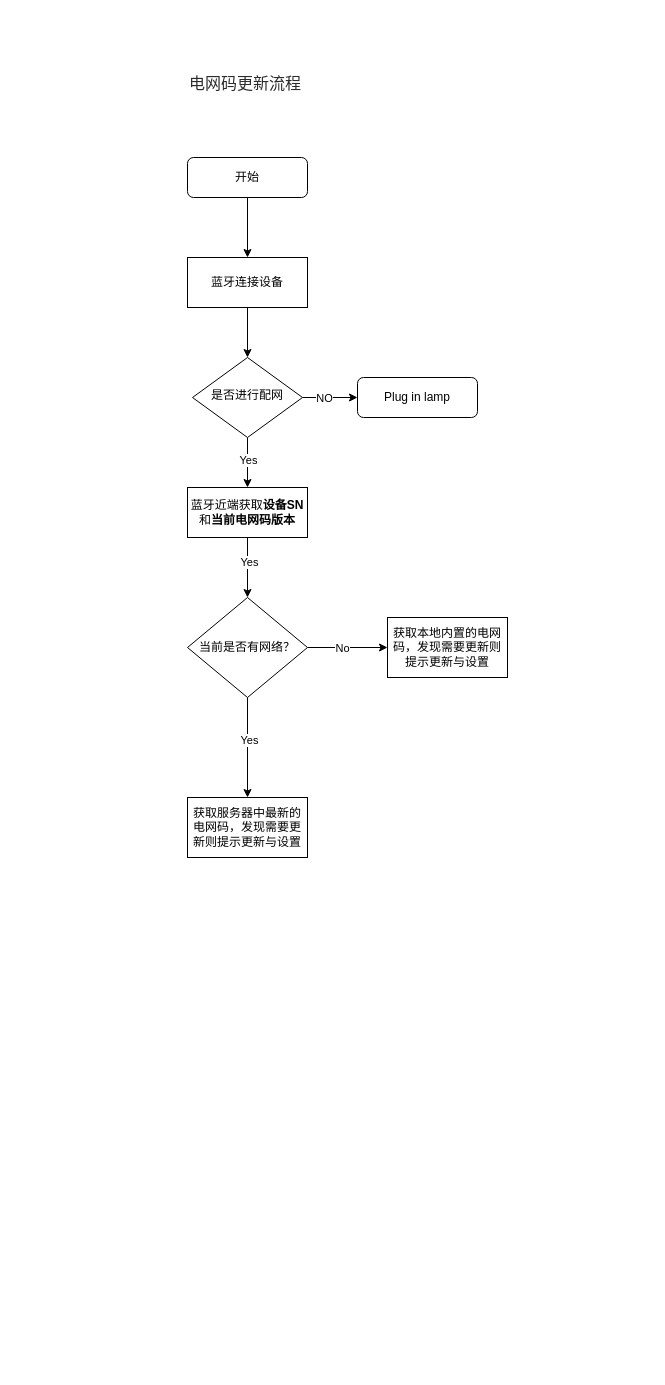
arduinoo/flowchart keeps this draw.io diagram as 未命名绘图.drawio. Above is the earlier version. Source tidied: cells renumbered, new cells numbered last; positions are measured from the earlier drawing's top-left corner, leaving out a move shared by most shapes. Both pictures are drawn from the tidied source at 100%, with x=0, y=0 at pixel (187, 67).
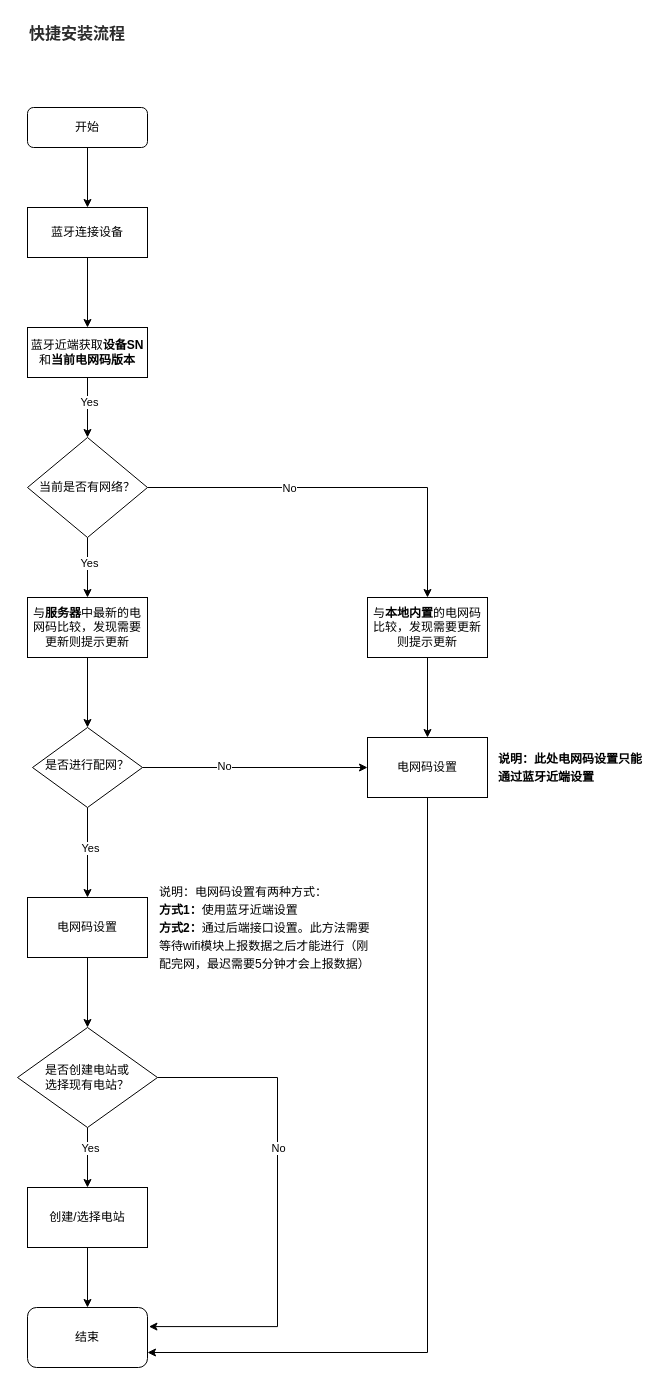
After the change.

Commit message (it also covers changes not shown here):
更新未命名绘图.drawio

The change refers to these unchanged cells:
```xml
<mxCell id="18" style="edgeStyle=orthogonalEdgeStyle;rounded=0;jettySize=auto;html=1;" parent="1" edge="1" source="20" target="22">
  <mxGeometry relative="1" as="geometry" />
</mxCell>
```

The edit, as a diff of the source:
```diff
@@
     <mxCell id="3" value="开始" style="rounded=1;whiteSpace=wrap;html=1;fontSize=12;glass=0;strokeWidth=1;shadow=0;" parent="1" vertex="1">
-      <mxGeometry y="90" width="120" height="40" as="geometry" />
+      <mxGeometry x="-160" y="40" width="120" height="40" as="geometry" />
     </mxCell>
-    <mxCell id="4" style="edgeStyle=orthogonalEdgeStyle;rounded=0;jettySize=auto;html=1;entryX=0.5;entryY=0;entryDx=0;entryDy=0;" parent="1" edge="1" source="8" target="15">
-      <mxGeometry relative="1" as="geometry" />
-    </mxCell>
-    <mxCell id="5" value="Yes" style="edgeLabel;html=1;align=center;verticalAlign=middle;" parent="4" vertex="1">
-      <mxGeometry x="-0.13" relative="1" as="geometry" />
-    </mxCell>
-    <mxCell id="6" style="edgeStyle=orthogonalEdgeStyle;rounded=0;jettySize=auto;html=1;exitX=1;exitY=0.5;exitDx=0;exitDy=0;entryX=0;entryY=0.5;entryDx=0;entryDy=0;" parent="1" edge="1" source="8" target="9">
-      <mxGeometry relative="1" as="geometry" />
-    </mxCell>
-    <mxCell id="7" value="NO" style="edgeLabel;html=1;align=center;verticalAlign=middle;" parent="6" vertex="1">
-      <mxGeometry x="-0.23" relative="1" as="geometry" />
-    </mxCell>
-    <mxCell id="8" value="是否进行配网" style="rhombus;whiteSpace=wrap;html=1;shadow=0;fontFamily=Helvetica;fontSize=12;align=center;strokeWidth=1;spacing=6;spacingTop=-4;" parent="1" vertex="1">
-      <mxGeometry x="5" y="290" width="110" height="80" as="geometry" />
-    </mxCell>
-    <mxCell id="9" value="Plug in lamp" style="rounded=1;whiteSpace=wrap;html=1;fontSize=12;glass=0;strokeWidth=1;shadow=0;" parent="1" vertex="1">
-      <mxGeometry x="170" y="310" width="120" height="40" as="geometry" />
-    </mxCell>
-    <mxCell id="10" value="&lt;span style=&quot;color: rgb(44, 44, 44); font-family: &amp;quot;zh quote&amp;quot;, -apple-system, BlinkMacSystemFont, &amp;quot;PingFang SC&amp;quot;, &amp;quot;Noto Sans&amp;quot;, &amp;quot;Noto Sans CJK SC&amp;quot;, &amp;quot;Microsoft YaHei UI&amp;quot;, &amp;quot;Microsoft YaHei&amp;quot;, &amp;quot;WenQuanYi Micro Hei&amp;quot;, sans-serif, &amp;quot;Segoe UI&amp;quot;, Roboto, &amp;quot;Helvetica Neue&amp;quot;, Arial, &amp;quot;Apple Color Emoji&amp;quot;, &amp;quot;Segoe UI Emoji&amp;quot;, &amp;quot;Segoe UI Symbol&amp;quot;, &amp;quot;Noto Color Emoji&amp;quot;; font-size: 16px; font-style: normal; font-variant-ligatures: none; font-variant-caps: normal; font-weight: 400; letter-spacing: normal; orphans: 2; text-align: left; text-indent: 0px; text-transform: none; widows: 2; word-spacing: 0px; -webkit-text-stroke-width: 0px; caret-color: rgb(0, 0, 0); background-color: rgb(255, 255, 255); text-decoration-thickness: initial; text-decoration-style: initial; text-decoration-color: initial; float: none; display: inline !important;&quot;&gt;电网码更新流程&lt;/span&gt;" style="text;whiteSpace=wrap;html=1;" parent="1" vertex="1">
-      <mxGeometry width="150" height="40" as="geometry" />
+    <mxCell id="10" value="&lt;span style=&quot;color: rgb(44, 44, 44); font-family: &amp;quot;zh quote&amp;quot;, -apple-system, BlinkMacSystemFont, &amp;quot;PingFang SC&amp;quot;, &amp;quot;Noto Sans&amp;quot;, &amp;quot;Noto Sans CJK SC&amp;quot;, &amp;quot;Microsoft YaHei UI&amp;quot;, &amp;quot;Microsoft YaHei&amp;quot;, &amp;quot;WenQuanYi Micro Hei&amp;quot;, sans-serif, &amp;quot;Segoe UI&amp;quot;, Roboto, &amp;quot;Helvetica Neue&amp;quot;, Arial, &amp;quot;Apple Color Emoji&amp;quot;, &amp;quot;Segoe UI Emoji&amp;quot;, &amp;quot;Segoe UI Symbol&amp;quot;, &amp;quot;Noto Color Emoji&amp;quot;; font-size: 16px; font-style: normal; font-variant-ligatures: none; font-variant-caps: normal; letter-spacing: normal; orphans: 2; text-align: left; text-indent: 0px; text-transform: none; widows: 2; word-spacing: 0px; -webkit-text-stroke-width: 0px; caret-color: rgb(0, 0, 0); background-color: rgb(255, 255, 255); text-decoration-thickness: initial; text-decoration-style: initial; text-decoration-color: initial; float: none; display: inline !important;&quot;&gt;快捷安装流程&lt;/span&gt;" style="text;whiteSpace=wrap;html=1;fontStyle=1;" parent="1" vertex="1">
+      <mxGeometry x="-160" y="-50" width="150" height="40" as="geometry" />
     </mxCell>
-    <mxCell id="11" style="edgeStyle=orthogonalEdgeStyle;rounded=0;jettySize=auto;html=1;entryX=0.5;entryY=0;entryDx=0;entryDy=0;" parent="1" edge="1" source="12" target="8">
+    <mxCell id="11" style="edgeStyle=orthogonalEdgeStyle;rounded=0;jettySize=auto;html=1;entryX=0.5;entryY=0;entryDx=0;entryDy=0;" parent="1" edge="1" source="12" target="15">
       <mxGeometry relative="1" as="geometry" />
     </mxCell>
     <mxCell id="12" value="蓝牙连接设备" style="rounded=0;whiteSpace=wrap;html=1;" parent="1" vertex="1">
-      <mxGeometry y="190" width="120" height="50" as="geometry" />
+      <mxGeometry x="-160" y="140" width="120" height="50" as="geometry" />
     </mxCell>
@@
     <mxCell id="15" value="蓝牙近端获取&lt;b&gt;设备SN&lt;/b&gt;和&lt;b&gt;当前电网码版本&lt;/b&gt;" style="rounded=0;whiteSpace=wrap;html=1;" parent="1" vertex="1">
-      <mxGeometry y="420" width="120" height="50" as="geometry" />
+      <mxGeometry x="-160" y="260" width="120" height="50" as="geometry" />
     </mxCell>
@@
     <mxCell id="19" value="No" style="edgeLabel;html=1;align=center;verticalAlign=middle;" parent="18" vertex="1">
-      <mxGeometry x="-0.15" relative="1" as="geometry" />
+      <mxGeometry x="-0.15" relative="1" as="geometry">
+        <mxPoint x="-25" as="offset" />
+      </mxGeometry>
     </mxCell>
     <mxCell id="20" value="当前是否有网络？" style="rhombus;whiteSpace=wrap;html=1;rounded=0;" parent="1" vertex="1">
-      <mxGeometry y="530" width="120" height="100" as="geometry" />
+      <mxGeometry x="-160" y="370" width="120" height="100" as="geometry" />
     </mxCell>
+    <mxCell id="23" style="edgeStyle=orthogonalEdgeStyle;rounded=0;jettySize=auto;html=1;entryX=0.5;entryY=0;entryDx=0;entryDy=0;" parent="1" edge="1" source="21" target="43">
+      <mxGeometry relative="1" as="geometry" />
+    </mxCell>
-    <mxCell id="21" value="获取服务器中最新的电网码，发现需要更新则提示更新与设置" style="whiteSpace=wrap;html=1;rounded=0;" parent="1" vertex="1">
-      <mxGeometry y="730" width="120" height="60" as="geometry" />
+    <mxCell id="21" value="与&lt;b&gt;服务器&lt;/b&gt;中最新的电网码比较，发现需要更新则提示更新" style="whiteSpace=wrap;html=1;rounded=0;" parent="1" vertex="1">
+      <mxGeometry x="-160" y="530" width="120" height="60" as="geometry" />
     </mxCell>
+    <mxCell id="24" style="edgeStyle=orthogonalEdgeStyle;rounded=0;jettySize=auto;html=1;exitX=0.5;exitY=1;exitDx=0;exitDy=0;entryX=0.5;entryY=0;entryDx=0;entryDy=0;" parent="1" edge="1" source="22" target="35">
+      <mxGeometry relative="1" as="geometry" />
+    </mxCell>
-    <mxCell id="22" value="获取本地内置的电网码，发现需要更新则提示更新与设置" style="whiteSpace=wrap;html=1;rounded=0;" parent="1" vertex="1">
-      <mxGeometry x="200" y="550" width="120" height="60" as="geometry" />
+    <mxCell id="22" value="与&lt;b&gt;本地内置&lt;/b&gt;的电网码比较，发现需要更新则提示更新" style="whiteSpace=wrap;html=1;rounded=0;" parent="1" vertex="1">
+      <mxGeometry x="180" y="530" width="120" height="60" as="geometry" />
     </mxCell>
+    <mxCell id="25" style="edgeStyle=orthogonalEdgeStyle;rounded=0;jettySize=auto;html=1;" parent="1" edge="1" source="29" target="31">
+      <mxGeometry relative="1" as="geometry" />
+    </mxCell>
+    <mxCell id="26" value="Yes" style="edgeLabel;html=1;align=center;verticalAlign=middle;" parent="25" vertex="1">
+      <mxGeometry x="-0.35" y="2" relative="1" as="geometry" />
+    </mxCell>
+    <mxCell id="27" style="edgeStyle=orthogonalEdgeStyle;rounded=0;jettySize=auto;html=1;entryX=1.012;entryY=0.318;entryDx=0;entryDy=0;entryPerimeter=0;" parent="1" edge="1" source="29" target="32">
+      <mxGeometry relative="1" as="geometry">
+        <Array as="points">
+          <mxPoint x="90" y="1010" />
+          <mxPoint x="90" y="1259" />
+        </Array>
+      </mxGeometry>
+    </mxCell>
+    <mxCell id="28" value="No" style="edgeLabel;html=1;align=center;verticalAlign=middle;" parent="27" vertex="1">
+      <mxGeometry x="-0.81" y="-1" relative="1" as="geometry">
+        <mxPoint x="73" y="69" as="offset" />
+      </mxGeometry>
+    </mxCell>
+    <mxCell id="29" value="是否创建电站或&lt;br&gt;选择现有电站？" style="rhombus;whiteSpace=wrap;html=1;rounded=0;" parent="1" vertex="1">
+      <mxGeometry x="-170" y="960" width="140" height="100" as="geometry" />
+    </mxCell>
+    <mxCell id="30" style="edgeStyle=orthogonalEdgeStyle;rounded=0;jettySize=auto;html=1;entryX=0.5;entryY=0;entryDx=0;entryDy=0;" parent="1" edge="1" source="31" target="32">
+      <mxGeometry relative="1" as="geometry" />
+    </mxCell>
+    <mxCell id="31" value="创建/选择电站" style="whiteSpace=wrap;html=1;rounded=0;" parent="1" vertex="1">
+      <mxGeometry x="-160" y="1120" width="120" height="60" as="geometry" />
+    </mxCell>
+    <mxCell id="32" value="结束" style="rounded=1;whiteSpace=wrap;html=1;" parent="1" vertex="1">
+      <mxGeometry x="-160" y="1240" width="120" height="60" as="geometry" />
+    </mxCell>
+    <mxCell id="33" value="&lt;p style=&quot;line-height: 150%;&quot;&gt;说明：电网码设置有两种方式：&lt;br&gt;&lt;b&gt;方式1：&lt;/b&gt;使用蓝牙近端设置&lt;br&gt;&lt;b&gt;方式2：&lt;/b&gt;通过后端接口设置。此方法需要等待wifi模块上报数据之后才能进行（刚配完网，最迟需要5分钟才会上报数据）&lt;/p&gt;" style="text;html=1;strokeColor=none;fillColor=none;align=left;verticalAlign=middle;whiteSpace=wrap;rounded=0;" parent="1" vertex="1">
+      <mxGeometry x="-30" y="810" width="220" height="100" as="geometry" />
+    </mxCell>
+    <mxCell id="34" style="edgeStyle=orthogonalEdgeStyle;rounded=0;jettySize=auto;html=1;entryX=1;entryY=0.75;entryDx=0;entryDy=0;" parent="1" edge="1" source="35" target="32">
+      <mxGeometry relative="1" as="geometry">
+        <Array as="points">
+          <mxPoint x="240" y="1285" />
+        </Array>
+      </mxGeometry>
+    </mxCell>
+    <mxCell id="35" value="电网码设置" style="whiteSpace=wrap;html=1;rounded=0;" parent="1" vertex="1">
+      <mxGeometry x="180" y="670" width="120" height="60" as="geometry" />
+    </mxCell>
+    <mxCell id="36" style="edgeStyle=orthogonalEdgeStyle;rounded=0;jettySize=auto;html=1;exitX=0.5;exitY=1;exitDx=0;exitDy=0;entryX=0.5;entryY=0;entryDx=0;entryDy=0;" parent="1" edge="1" source="37" target="29">
+      <mxGeometry relative="1" as="geometry" />
+    </mxCell>
+    <mxCell id="37" value="电网码设置" style="whiteSpace=wrap;html=1;rounded=0;" parent="1" vertex="1">
+      <mxGeometry x="-160" y="830" width="120" height="60" as="geometry" />
+    </mxCell>
+    <mxCell id="38" value="&lt;p style=&quot;border-color: var(--border-color); text-align: left; line-height: 18px;&quot;&gt;&lt;b&gt;说明：此处电网码设置只能通过蓝牙近端设置&lt;/b&gt;&lt;/p&gt;" style="text;html=1;strokeColor=none;fillColor=none;align=center;verticalAlign=middle;whiteSpace=wrap;rounded=0;" parent="1" vertex="1">
+      <mxGeometry x="310" y="660" width="150" height="80" as="geometry" />
+    </mxCell>
+    <mxCell id="39" style="edgeStyle=orthogonalEdgeStyle;rounded=0;jettySize=auto;html=1;entryX=0.5;entryY=0;entryDx=0;entryDy=0;" parent="1" edge="1" source="43" target="37">
+      <mxGeometry relative="1" as="geometry" />
+    </mxCell>
+    <mxCell id="40" value="Yes" style="edgeLabel;html=1;align=center;verticalAlign=middle;" parent="39" vertex="1">
+      <mxGeometry x="-0.12" y="2" relative="1" as="geometry" />
+    </mxCell>
+    <mxCell id="41" style="edgeStyle=orthogonalEdgeStyle;rounded=0;jettySize=auto;html=1;exitX=1;exitY=0.5;exitDx=0;exitDy=0;entryX=0;entryY=0.5;entryDx=0;entryDy=0;" parent="1" edge="1" source="43" target="35">
+      <mxGeometry relative="1" as="geometry" />
+    </mxCell>
+    <mxCell id="42" value="No" style="edgeLabel;html=1;align=center;verticalAlign=middle;" parent="41" vertex="1">
+      <mxGeometry x="-0.28" y="2" relative="1" as="geometry" />
+    </mxCell>
+    <mxCell id="43" value="是否进行配网？" style="rhombus;whiteSpace=wrap;html=1;shadow=0;fontFamily=Helvetica;fontSize=12;align=center;strokeWidth=1;spacing=6;spacingTop=-4;" parent="1" vertex="1">
+      <mxGeometry x="-155" y="660" width="110" height="80" as="geometry" />
+    </mxCell>
```
